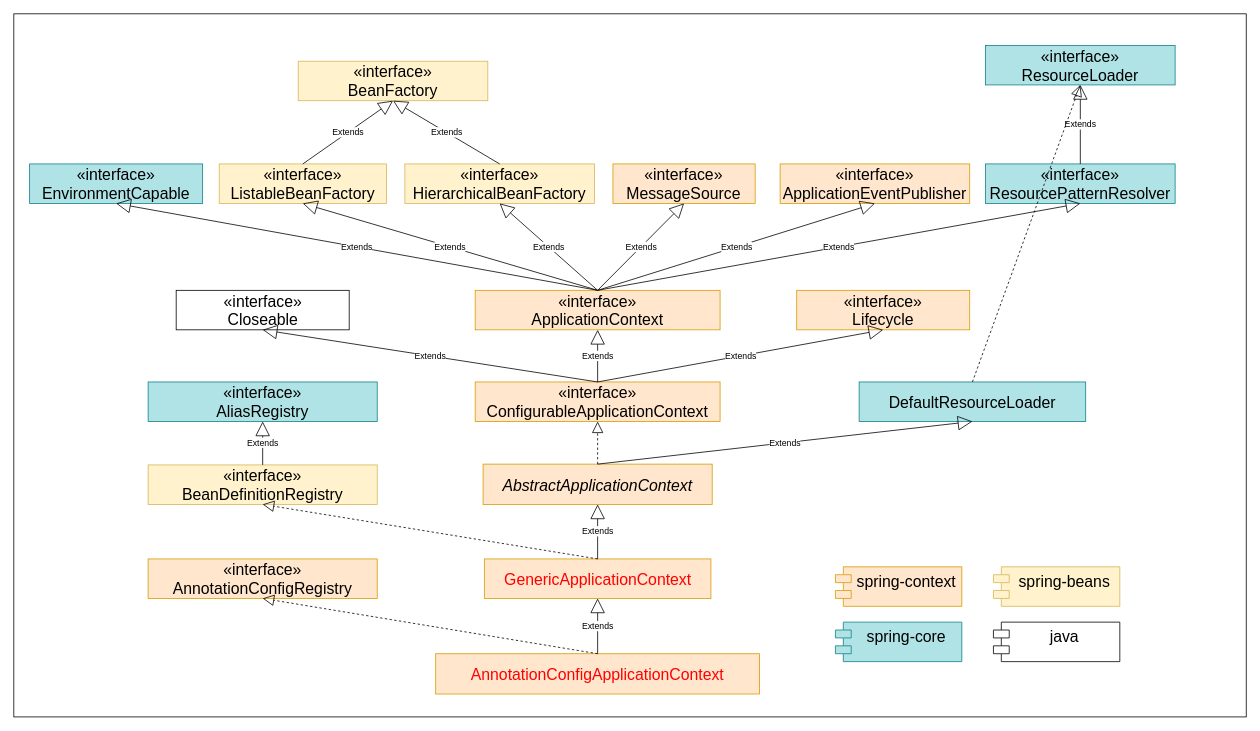
Before: dubbo-learning-doc/drawio/源码分析/2_AbstractApplicationContext_refresh方法/主要类图/ApplicationContext类图.drawio in czwer/dubbo-learning, a draw.io diagram. Source tidied: cells renumbered, new cells numbered last; positions are measured from the earlier drawing's top-left corner, leaving out a move shared by most shapes. Both pictures are drawn from the tidied source at 79%, with x=0, y=0 at pixel (13, 13).
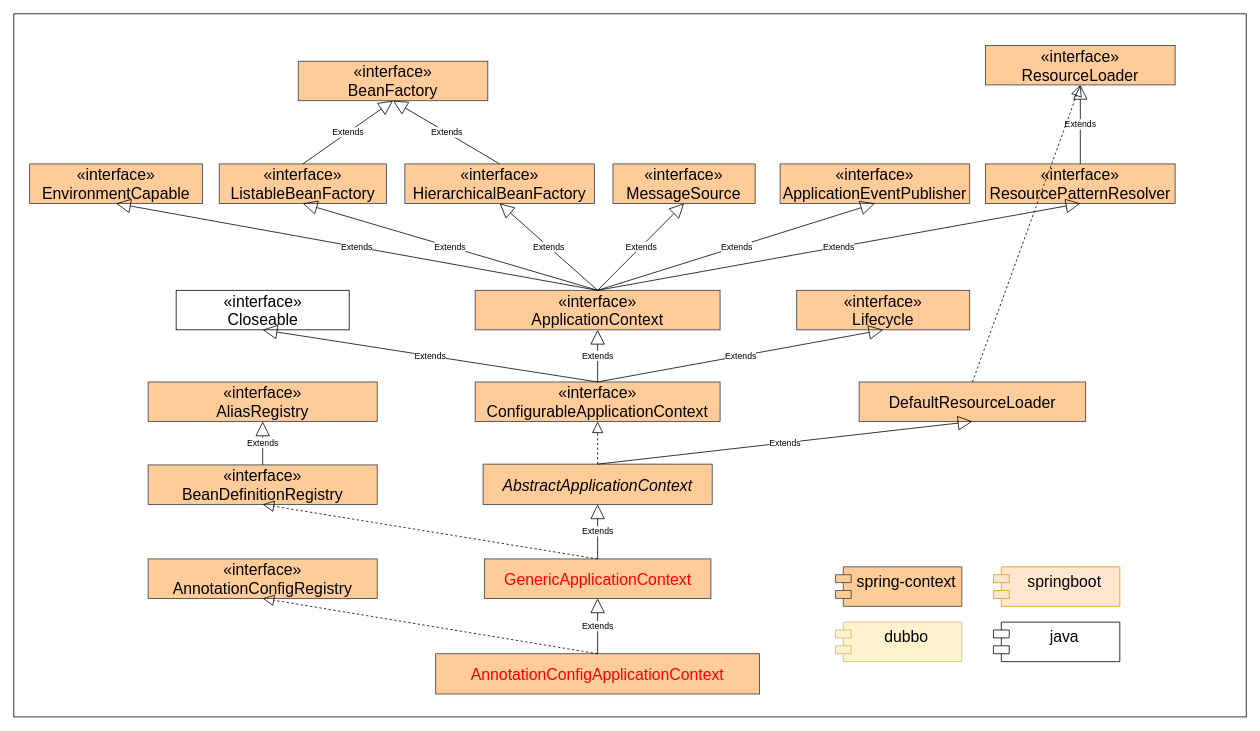
The same page after the edit.

Change to the diagram source:
```diff
@@
-    <mxCell id="3" value="&lt;div&gt;AnnotationConfigApplicationContext&lt;/div&gt;" style="html=1;whiteSpace=wrap;fontSize=20;verticalAlign=middle;align=center;fillColor=#ffe6cc;strokeColor=#d79b00;fontColor=#FF0000;" parent="1" vertex="1">
+    <mxCell id="3" value="&lt;div&gt;&lt;font style=&quot;color: rgb(255, 0, 0);&quot;&gt;AnnotationConfigApplicationContext&lt;/font&gt;&lt;/div&gt;" style="html=1;whiteSpace=wrap;fontSize=20;verticalAlign=middle;align=center;fillColor=#ffcc99;strokeColor=#36393d;" parent="1" vertex="1">
       <mxGeometry x="534" y="810" width="410" height="51" as="geometry" />
     </mxCell>
-    <mxCell id="4" value="GenericApplicationContext" style="html=1;whiteSpace=wrap;fontSize=20;fillColor=#ffe6cc;strokeColor=#d79b00;fontColor=#FF0000;" parent="1" vertex="1">
+    <mxCell id="4" value="&lt;font style=&quot;color: rgb(255, 0, 0);&quot;&gt;GenericApplicationContext&lt;/font&gt;" style="html=1;whiteSpace=wrap;fontSize=20;fillColor=#ffcc99;strokeColor=#36393d;" parent="1" vertex="1">
       <mxGeometry x="595.6" y="690" width="286.8" height="50" as="geometry" />
     </mxCell>
@@
-    <mxCell id="6" value="spring-context&lt;div&gt;&lt;br&gt;&lt;/div&gt;" style="shape=module;align=left;spacingLeft=20;align=center;verticalAlign=top;whiteSpace=wrap;html=1;fontSize=20;fillColor=#ffe6cc;strokeColor=#d79b00;" parent="1" vertex="1">
+    <mxCell id="6" value="spring-context&lt;div&gt;&lt;br&gt;&lt;/div&gt;" style="shape=module;align=left;spacingLeft=20;align=center;verticalAlign=top;whiteSpace=wrap;html=1;fontSize=20;fillColor=#ffcc99;strokeColor=#36393d;" parent="1" vertex="1">
       <mxGeometry x="1040" y="700" width="160" height="50" as="geometry" />
     </mxCell>
-    <mxCell id="7" value="AbstractApplicationContext" style="html=1;whiteSpace=wrap;fontSize=20;verticalAlign=middle;align=center;fontStyle=2;fillColor=#ffe6cc;strokeColor=#d79b00;" parent="1" vertex="1">
+    <mxCell id="7" value="AbstractApplicationContext" style="html=1;whiteSpace=wrap;fontSize=20;verticalAlign=middle;align=center;fontStyle=2;fillColor=#ffcc99;strokeColor=#36393d;" parent="1" vertex="1">
       <mxGeometry x="594" y="570" width="290" height="51" as="geometry" />
     </mxCell>
@@
-    <mxCell id="9" value="«interface»&lt;br&gt;&lt;span&gt;ConfigurableApplicationContext&lt;/span&gt;" style="html=1;whiteSpace=wrap;fontSize=20;fontStyle=0;fillColor=#ffe6cc;strokeColor=#d79b00;" parent="1" vertex="1">
+    <mxCell id="9" value="«interface»&lt;br&gt;&lt;span&gt;ConfigurableApplicationContext&lt;/span&gt;" style="html=1;whiteSpace=wrap;fontSize=20;fontStyle=0;fillColor=#ffcc99;strokeColor=#36393d;" parent="1" vertex="1">
       <mxGeometry x="584" y="466" width="310" height="50" as="geometry" />
     </mxCell>
@@
-    <mxCell id="11" value="«interface»&lt;br&gt;ApplicationContext" style="html=1;whiteSpace=wrap;fontSize=20;fontStyle=0;fillColor=#ffe6cc;strokeColor=#d79b00;" parent="1" vertex="1">
+    <mxCell id="11" value="«interface»&lt;br&gt;ApplicationContext" style="html=1;whiteSpace=wrap;fontSize=20;fontStyle=0;fillColor=#ffcc99;strokeColor=#36393d;" parent="1" vertex="1">
       <mxGeometry x="584" y="350" width="310" height="50" as="geometry" />
     </mxCell>
@@
-    <mxCell id="13" value="«interface»&lt;br&gt;EnvironmentCapable" style="html=1;whiteSpace=wrap;fontSize=20;fontStyle=0;fillColor=#b0e3e6;strokeColor=#0e8088;" parent="1" vertex="1">
+    <mxCell id="13" value="«interface»&lt;br&gt;EnvironmentCapable" style="html=1;whiteSpace=wrap;fontSize=20;fontStyle=0;fillColor=#ffcc99;strokeColor=#36393d;" parent="1" vertex="1">
       <mxGeometry x="20" y="190" width="219" height="50" as="geometry" />
     </mxCell>
-    <mxCell id="14" value="«interface»&lt;br&gt;ListableBeanFactory" style="html=1;whiteSpace=wrap;fontSize=20;fontStyle=0;fillColor=#fff2cc;strokeColor=#d6b656;" parent="1" vertex="1">
+    <mxCell id="14" value="«interface»&lt;br&gt;ListableBeanFactory" style="html=1;whiteSpace=wrap;fontSize=20;fontStyle=0;fillColor=#ffcc99;strokeColor=#36393d;" parent="1" vertex="1">
       <mxGeometry x="260" y="190" width="211.6" height="50" as="geometry" />
     </mxCell>
-    <mxCell id="15" value="«interface»&lt;br&gt;HierarchicalBeanFactory" style="html=1;whiteSpace=wrap;fontSize=20;fontStyle=0;fillColor=#fff2cc;strokeColor=#d6b656;" parent="1" vertex="1">
+    <mxCell id="15" value="«interface»&lt;br&gt;HierarchicalBeanFactory" style="html=1;whiteSpace=wrap;fontSize=20;fontStyle=0;fillColor=#ffcc99;strokeColor=#36393d;" parent="1" vertex="1">
       <mxGeometry x="495" y="190" width="240" height="50" as="geometry" />
     </mxCell>
@@
-    <mxCell id="19" value="«interface»&lt;br&gt;MessageSource" style="html=1;whiteSpace=wrap;fontSize=20;fontStyle=0;fillColor=#ffe6cc;strokeColor=#d79b00;" parent="1" vertex="1">
+    <mxCell id="19" value="«interface»&lt;br&gt;MessageSource" style="html=1;whiteSpace=wrap;fontSize=20;fontStyle=0;fillColor=#ffcc99;strokeColor=#36393d;" parent="1" vertex="1">
       <mxGeometry x="758.4" y="190" width="180" height="50" as="geometry" />
     </mxCell>
@@
-    <mxCell id="21" value="«interface»&lt;br&gt;ApplicationEventPublisher" style="html=1;whiteSpace=wrap;fontSize=20;fontStyle=0;fillColor=#ffe6cc;strokeColor=#d79b00;" parent="1" vertex="1">
+    <mxCell id="21" value="«interface»&lt;br&gt;ApplicationEventPublisher" style="html=1;whiteSpace=wrap;fontSize=20;fontStyle=0;fillColor=#ffcc99;strokeColor=#36393d;" parent="1" vertex="1">
       <mxGeometry x="970" y="190" width="240" height="50" as="geometry" />
     </mxCell>
-    <mxCell id="22" value="«interface»&lt;br&gt;ResourcePatternResolver" style="html=1;whiteSpace=wrap;fontSize=20;fontStyle=0;fillColor=#b0e3e6;strokeColor=#0e8088;" parent="1" vertex="1">
+    <mxCell id="22" value="«interface»&lt;br&gt;ResourcePatternResolver" style="html=1;whiteSpace=wrap;fontSize=20;fontStyle=0;fillColor=#ffcc99;strokeColor=#36393d;" parent="1" vertex="1">
       <mxGeometry x="1230" y="190" width="240" height="50" as="geometry" />
     </mxCell>
@@
-    <mxCell id="25" value="«interface»&lt;br&gt;ResourceLoader" style="html=1;whiteSpace=wrap;fontSize=20;fontStyle=0;fillColor=#b0e3e6;strokeColor=#0e8088;" parent="1" vertex="1">
+    <mxCell id="25" value="«interface»&lt;br&gt;ResourceLoader" style="html=1;whiteSpace=wrap;fontSize=20;fontStyle=0;fillColor=#ffcc99;strokeColor=#36393d;" parent="1" vertex="1">
       <mxGeometry x="1230" y="40" width="240" height="50" as="geometry" />
     </mxCell>
@@
-    <mxCell id="27" value="«interface»&lt;br&gt;BeanFactory" style="html=1;whiteSpace=wrap;fontSize=20;fontStyle=0;fillColor=#fff2cc;strokeColor=#d6b656;" parent="1" vertex="1">
+    <mxCell id="27" value="«interface»&lt;br&gt;BeanFactory" style="html=1;whiteSpace=wrap;fontSize=20;fontStyle=0;fillColor=#ffcc99;strokeColor=#36393d;" parent="1" vertex="1">
       <mxGeometry x="360" y="60" width="240" height="50" as="geometry" />
     </mxCell>
@@
-    <mxCell id="30" value="«interface»&lt;br&gt;AnnotationConfigRegistry" style="html=1;whiteSpace=wrap;fontSize=20;fontStyle=0;fillColor=#ffe6cc;strokeColor=#d79b00;" parent="1" vertex="1">
+    <mxCell id="30" value="«interface»&lt;br&gt;AnnotationConfigRegistry" style="html=1;whiteSpace=wrap;fontSize=20;fontStyle=0;fillColor=#ffcc99;strokeColor=#36393d;" parent="1" vertex="1">
       <mxGeometry x="170" y="690" width="290" height="50" as="geometry" />
     </mxCell>
@@
-    <mxCell id="32" value="«interface»&lt;br&gt;BeanDefinitionRegistry" style="html=1;whiteSpace=wrap;fontSize=20;fontStyle=0;fillColor=#fff2cc;strokeColor=#d6b656;" parent="1" vertex="1">
+    <mxCell id="32" value="«interface»&lt;br&gt;BeanDefinitionRegistry" style="html=1;whiteSpace=wrap;fontSize=20;fontStyle=0;fillColor=#ffcc99;strokeColor=#36393d;" parent="1" vertex="1">
       <mxGeometry x="170" y="571" width="290" height="50" as="geometry" />
     </mxCell>
@@
-    <mxCell id="34" value="«interface»&lt;br&gt;AliasRegistry" style="html=1;whiteSpace=wrap;fontSize=20;fontStyle=0;fillColor=#b0e3e6;strokeColor=#0e8088;" parent="1" vertex="1">
+    <mxCell id="34" value="«interface»&lt;br&gt;AliasRegistry" style="html=1;whiteSpace=wrap;fontSize=20;fontStyle=0;fillColor=#ffcc99;strokeColor=#36393d;" parent="1" vertex="1">
       <mxGeometry x="170" y="466" width="290" height="50" as="geometry" />
     </mxCell>
@@
-    <mxCell id="36" value="DefaultResourceLoader" style="html=1;whiteSpace=wrap;fontSize=20;fillColor=#b0e3e6;strokeColor=#0e8088;" parent="1" vertex="1">
+    <mxCell id="36" value="DefaultResourceLoader" style="html=1;whiteSpace=wrap;fontSize=20;fillColor=#ffcc99;strokeColor=#36393d;" parent="1" vertex="1">
       <mxGeometry x="1070" y="466" width="286.8" height="50" as="geometry" />
     </mxCell>
@@
-    <mxCell id="39" value="«interface»&lt;br&gt;Lifecycle" style="html=1;whiteSpace=wrap;fontSize=20;fontStyle=0;fillColor=#ffe6cc;strokeColor=#d79b00;" parent="1" vertex="1">
+    <mxCell id="39" value="«interface»&lt;br&gt;Lifecycle" style="html=1;whiteSpace=wrap;fontSize=20;fontStyle=0;fillColor=#ffcc99;strokeColor=#36393d;" parent="1" vertex="1">
       <mxGeometry x="991" y="350" width="219" height="50" as="geometry" />
     </mxCell>
@@
-    <mxCell id="44" value="spring-beans&lt;div&gt;&lt;br&gt;&lt;/div&gt;" style="shape=module;align=left;spacingLeft=20;align=center;verticalAlign=top;whiteSpace=wrap;html=1;fontSize=20;fillColor=#fff2cc;strokeColor=#d6b656;" parent="1" vertex="1">
+    <mxCell id="44" value="springboot&lt;div&gt;&lt;br&gt;&lt;/div&gt;" style="shape=module;align=left;spacingLeft=20;align=center;verticalAlign=top;whiteSpace=wrap;html=1;fontSize=20;fillColor=#ffe6cc;strokeColor=#d79b00;" parent="1" vertex="1">
       <mxGeometry x="1240" y="700" width="160" height="50" as="geometry" />
     </mxCell>
-    <mxCell id="45" value="spring-core&lt;div&gt;&lt;br&gt;&lt;/div&gt;" style="shape=module;align=left;spacingLeft=20;align=center;verticalAlign=top;whiteSpace=wrap;html=1;fontSize=20;fillColor=#b0e3e6;strokeColor=#0e8088;" parent="1" vertex="1">
+    <mxCell id="45" value="&lt;div&gt;dubbo&lt;/div&gt;" style="shape=module;align=left;spacingLeft=20;align=center;verticalAlign=top;whiteSpace=wrap;html=1;fontSize=20;fillColor=#fff2cc;strokeColor=#d6b656;" parent="1" vertex="1">
       <mxGeometry x="1040" y="770" width="160" height="50" as="geometry" />
     </mxCell>
```
